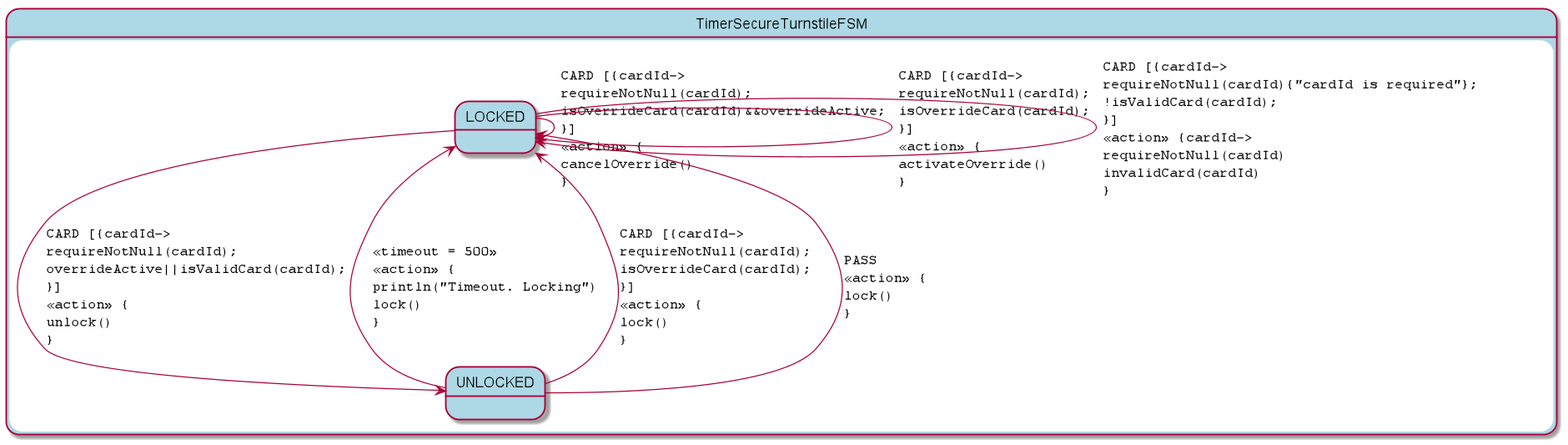
Earlier version of the PlantUML export src/docs/asciidoc/timeout_turnstile_detail.png (open-jumpco/kfsm). Its diagram source:
```plantuml
@startuml
skinparam StateFontName Helvetica
skinparam defaultFontName Monospaced
skinparam state {
    BackgroundColor LightBlue
}
state TimerSecureTurnstileFSM {
LOCKED --> LOCKED : CARD [{cardId->\lrequireNotNull(cardId);\lisOverrideCard(cardId)&&overrideActive;\l}]\l<<action>> {\lcancelOverride()\l}
LOCKED --> LOCKED : CARD [{cardId->\lrequireNotNull(cardId);\lisOverrideCard(cardId);\l}]\l<<action>> {\lactivateOverride()\l}
LOCKED --> UNLOCKED : CARD [{cardId->\lrequireNotNull(cardId);\loverrideActive||isValidCard(cardId);\l}]\l<<action>> {\lunlock()\l}
LOCKED --> LOCKED : CARD [{cardId->\lrequireNotNull(cardId){"cardId is required"};\l!isValidCard(cardId);\l}]\l<<action>> {cardId->\lrequireNotNull(cardId)\linvalidCard(cardId)\l}
UNLOCKED --> LOCKED : <<timeout = 500>>\l<<action>> {\lprintln("Timeout. Locking")\llock()\l}
UNLOCKED --> LOCKED : CARD [{cardId->\lrequireNotNull(cardId);\lisOverrideCard(cardId);\l}]\l<<action>> {\llock()\l}
UNLOCKED --> LOCKED : PASS\l<<action>> {\llock()\l}
}
@enduml
```
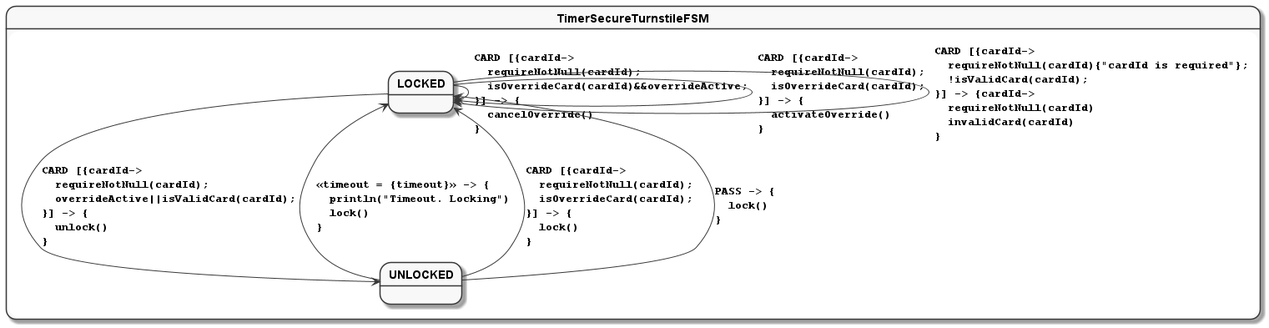
The same file after the commit.

What changed in the source:
```diff
@@ -1,16 +1,19 @@
 @startuml
+skinparam monochrome true
 skinparam StateFontName Helvetica
 skinparam defaultFontName Monospaced
+skinparam defaultFontStyle Bold
 skinparam state {
-    BackgroundColor LightBlue
+    FontColor Black
+    FontStyle Bold
 }
 state TimerSecureTurnstileFSM {
-LOCKED --> LOCKED : CARD [{cardId->\lrequireNotNull(cardId);\lisOverrideCard(cardId)&&overrideActive;\l}]\l<<action>> {\lcancelOverride()\l}
-LOCKED --> LOCKED : CARD [{cardId->\lrequireNotNull(cardId);\lisOverrideCard(cardId);\l}]\l<<action>> {\lactivateOverride()\l}
-LOCKED --> UNLOCKED : CARD [{cardId->\lrequireNotNull(cardId);\loverrideActive||isValidCard(cardId);\l}]\l<<action>> {\lunlock()\l}
-LOCKED --> LOCKED : CARD [{cardId->\lrequireNotNull(cardId){"cardId is required"};\l!isValidCard(cardId);\l}]\l<<action>> {cardId->\lrequireNotNull(cardId)\linvalidCard(cardId)\l}
-UNLOCKED --> LOCKED : <<timeout = 500>>\l<<action>> {\lprintln("Timeout. Locking")\llock()\l}
-UNLOCKED --> LOCKED : CARD [{cardId->\lrequireNotNull(cardId);\lisOverrideCard(cardId);\l}]\l<<action>> {\llock()\l}
-UNLOCKED --> LOCKED : PASS\l<<action>> {\llock()\l}
+LOCKED --> LOCKED : CARD [{cardId->\l  requireNotNull(cardId);\l  isOverrideCard(cardId)&&overrideActive;\l}] -> {\l  cancelOverride()\l}
+LOCKED --> LOCKED : CARD [{cardId->\l  requireNotNull(cardId);\l  isOverrideCard(cardId);\l}] -> {\l  activateOverride()\l}
+LOCKED --> UNLOCKED : CARD [{cardId->\l  requireNotNull(cardId);\l  overrideActive||isValidCard(cardId);\l}] -> {\l  unlock()\l}
+LOCKED --> LOCKED : CARD [{cardId->\l  requireNotNull(cardId){"cardId is required"};\l  !isValidCard(cardId);\l}] -> {cardId->\l  requireNotNull(cardId)\l  invalidCard(cardId)\l}
+UNLOCKED --> LOCKED : <<timeout = {timeout}>> -> {\l  println("Timeout. Locking")\l  lock()\l}
+UNLOCKED --> LOCKED : CARD [{cardId->\l  requireNotNull(cardId);\l  isOverrideCard(cardId);\l}] -> {\l  lock()\l}
+UNLOCKED --> LOCKED : PASS -> {\l  lock()\l}
 }
 @enduml
```
